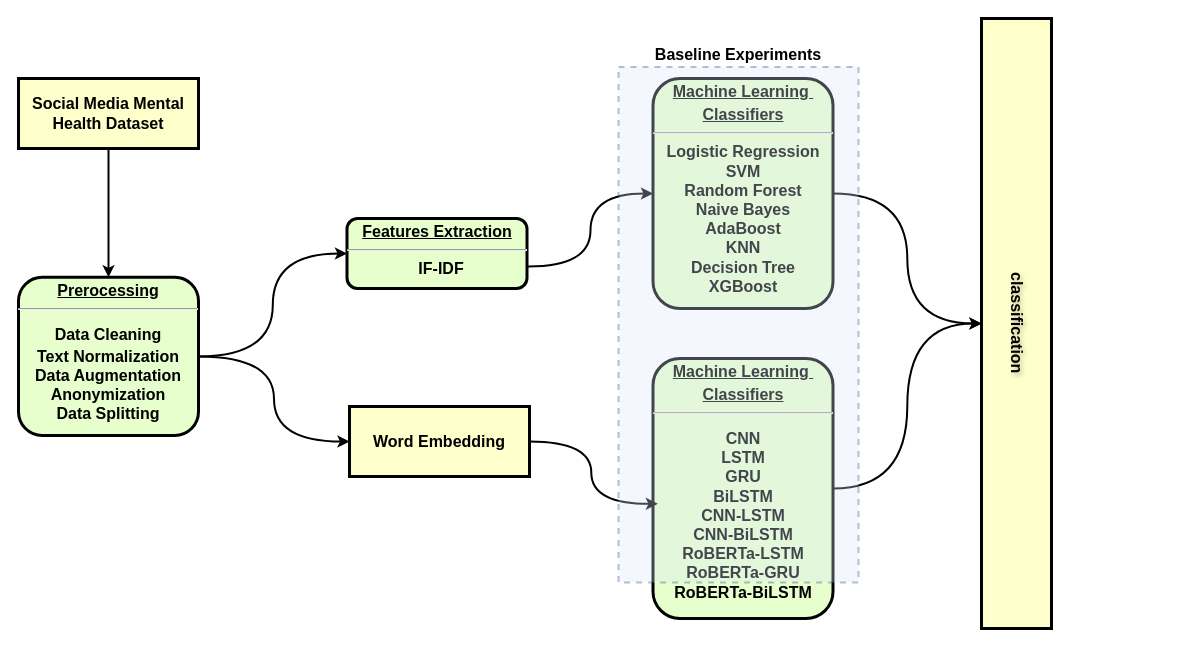
This is page "Page-1" (1 of 2) of 未命名绘图.drawio from JinboYao/mentalHealthPrediction, a draw.io file, before an edit. Source tidied: cells renumbered, new cells numbered last; positions are measured from the earlier drawing's top-left corner, leaving out a move shared by most shapes. Both pictures are drawn from the tidied source at 100%, with x=0, y=0 at pixel (18, 18).
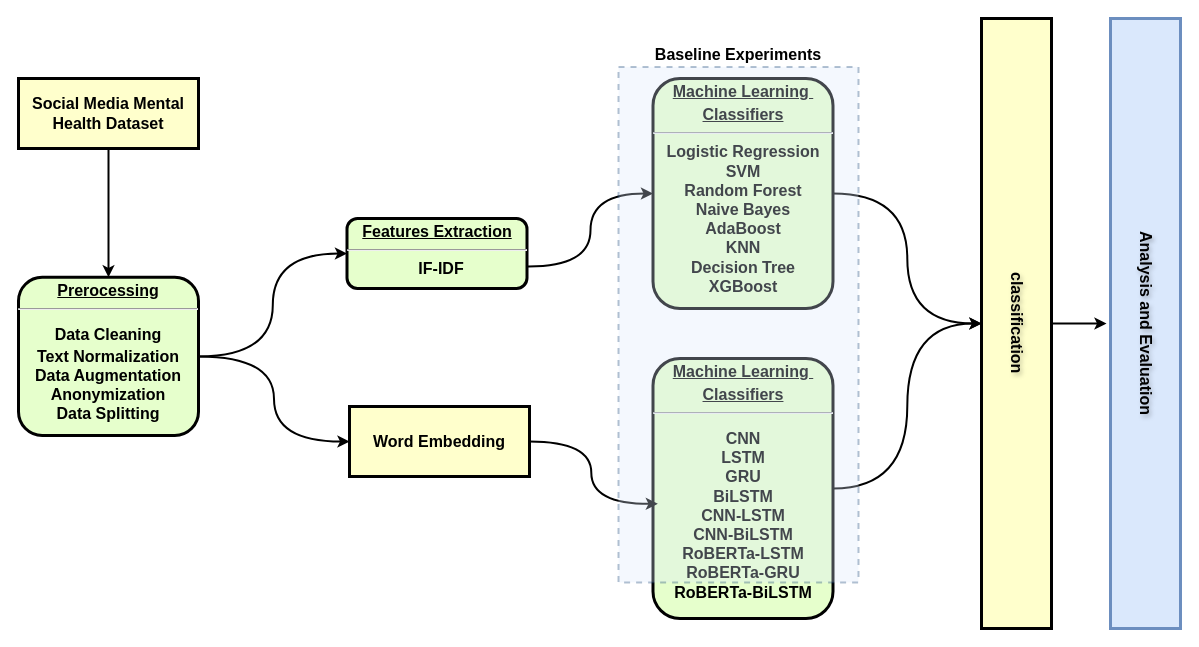
The same diagram, later.

Commit message:
更新未命名绘图.drawio

Unchanged cells that the change refers to:
```xml
<mxCell id="14" value="classification" style="whiteSpace=wrap;align=center;verticalAlign=middle;fontStyle=1;strokeWidth=3;fillColor=#FFFFCC;flipV=0;direction=south;textShadow=1;textDirection=vertical-lr;fontFamily=Helvetica;fontSize=16;horizontal=1;spacingTop=0;spacing=2;" parent="1" vertex="1">
  <mxGeometry x="963" width="70" height="610" as="geometry" />
</mxCell>
```

Diff of the diagram source:
```diff
@@
+    <mxCell id="17" style="edgeStyle=orthogonalEdgeStyle;rounded=0;jettySize=auto;html=1;strokeWidth=2;" parent="1" edge="1" source="14">
+      <mxGeometry relative="1" as="geometry">
+        <mxPoint x="1088" y="305" as="targetPoint" />
+      </mxGeometry>
+    </mxCell>
@@
+    <mxCell id="18" value="Analysis and Evaluation" style="whiteSpace=wrap;align=center;verticalAlign=middle;fontStyle=1;strokeWidth=3;fillColor=#dae8fc;flipV=0;direction=south;textShadow=1;textDirection=vertical-lr;fontFamily=Helvetica;fontSize=16;horizontal=1;spacingTop=0;spacing=2;strokeColor=#6c8ebf;" parent="1" vertex="1">
+      <mxGeometry x="1092" width="70" height="610" as="geometry" />
+    </mxCell>
```
